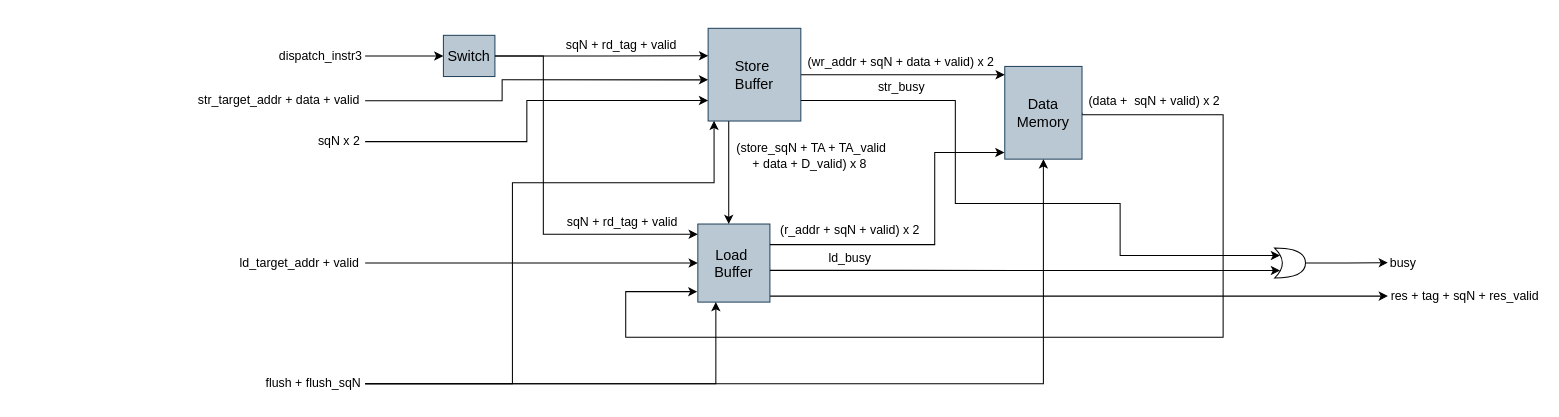
The draw.io diagram page "LSU" (4 of 6) of docs/OoO_SS.drawio in Muhammad-Furrukh/FYP, before the edit. Source tidied: cells renumbered, new cells numbered last; positions are measured from the earlier drawing's top-left corner, leaving out a move shared by most shapes. Both pictures are drawn from the tidied source at 103%, with x=0, y=0 at pixel (193, 28).
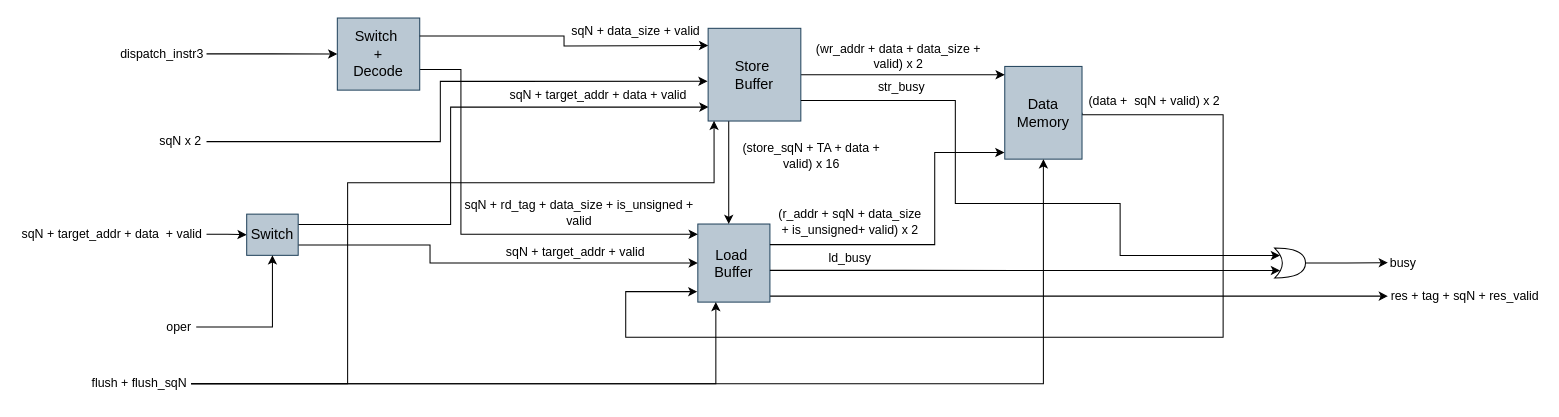
Above is the later version.

The change refers to these unchanged cells:
```xml
<mxCell id="8" value="&lt;span style=&quot;font-size: 14px;&quot;&gt;Load&amp;nbsp; Buffer&lt;/span&gt;" style="rounded=0;whiteSpace=wrap;html=1;fillColor=#bac8d3;strokeColor=#23445d;" parent="1" vertex="1">
  <mxGeometry x="490" y="190" width="70" height="75.8" as="geometry" />
</mxCell>
<mxCell id="13" value="&lt;span style=&quot;font-size: 14px;&quot;&gt;Store&amp;nbsp;&lt;/span&gt;&lt;div&gt;&lt;span style=&quot;font-size: 14px;&quot;&gt;Buffer&lt;/span&gt;&lt;/div&gt;" style="rounded=0;whiteSpace=wrap;html=1;fillColor=#bac8d3;strokeColor=#23445d;" parent="1" vertex="1">
  <mxGeometry x="500" width="90" height="90" as="geometry" />
</mxCell>
```

The edit, as a diff of the source:
```diff
@@
-    <mxCell id="2" style="edgeStyle=orthogonalEdgeStyle;rounded=0;jettySize=auto;html=1;entryX=0;entryY=0.5;entryDx=0;entryDy=0;exitX=1;exitY=0.5;exitDx=0;exitDy=0;" parent="1" edge="1" source="19" target="8">
-      <mxGeometry relative="1" as="geometry" />
+    <mxCell id="2" style="edgeStyle=orthogonalEdgeStyle;rounded=0;jettySize=auto;html=1;entryX=0;entryY=0.5;entryDx=0;entryDy=0;exitX=1;exitY=0.75;exitDx=0;exitDy=0;" parent="1" edge="1" source="41" target="8">
+      <mxGeometry relative="1" as="geometry">
+        <Array as="points">
+          <mxPoint x="230" y="210" />
+          <mxPoint x="230" y="228" />
+        </Array>
+      </mxGeometry>
     </mxCell>
-    <mxCell id="3" style="edgeStyle=orthogonalEdgeStyle;rounded=0;jettySize=auto;html=1;entryX=0;entryY=0.556;entryDx=0;entryDy=0;entryPerimeter=0;exitX=1;exitY=0.5;exitDx=0;exitDy=0;" parent="1" edge="1" source="20" target="13">
+    <mxCell id="3" style="edgeStyle=orthogonalEdgeStyle;rounded=0;jettySize=auto;html=1;entryX=0.004;entryY=0.85;entryDx=0;entryDy=0;entryPerimeter=0;exitX=1;exitY=0.25;exitDx=0;exitDy=0;" parent="1" edge="1" source="41" target="13">
       <mxGeometry relative="1" as="geometry">
         <Array as="points">
-          <mxPoint x="300" y="70" />
-          <mxPoint x="300" y="50" />
+          <mxPoint x="250" y="190" />
+          <mxPoint x="250" y="76" />
+          <mxPoint x="500" y="76" />
         </Array>
       </mxGeometry>
     </mxCell>
@@
-    <mxCell id="6" value="(r_addr + sqN + valid) x 2" style="text;html=1;align=center;verticalAlign=middle;whiteSpace=wrap;rounded=0;" parent="1" vertex="1">
-      <mxGeometry x="566" y="185.1" width="144" height="21.3" as="geometry" />
+    <mxCell id="6" value="(r_addr + sqN + data_size + is_unsigned+ valid) x 2" style="text;html=1;align=center;verticalAlign=middle;whiteSpace=wrap;rounded=0;" parent="1" vertex="1">
+      <mxGeometry x="563" y="170" width="150" height="36.4" as="geometry" />
     </mxCell>
@@
-    <mxCell id="9" value="sqN + rd_tag + valid" style="text;html=1;align=center;verticalAlign=middle;whiteSpace=wrap;rounded=0;" parent="1" vertex="1">
-      <mxGeometry x="358" y="9.8" width="116" height="13.8" as="geometry" />
+    <mxCell id="9" value="sqN + data_size + valid" style="text;html=1;align=center;verticalAlign=middle;whiteSpace=wrap;rounded=0;" parent="1" vertex="1">
+      <mxGeometry x="360" y="-3.8" width="140" height="13.8" as="geometry" />
     </mxCell>
     <mxCell id="10" value="sqN x 2" style="text;html=1;align=center;verticalAlign=middle;whiteSpace=wrap;rounded=0;rotation=0;" parent="1" vertex="1">
-      <mxGeometry x="117" y="100" width="50" height="20" as="geometry" />
+      <mxGeometry x="-37" y="100" width="50" height="20" as="geometry" />
     </mxCell>
@@
     <mxCell id="14" style="edgeStyle=orthogonalEdgeStyle;rounded=0;jettySize=auto;html=1;" parent="1" edge="1" source="15">
       <mxGeometry relative="1" as="geometry">
         <mxPoint x="490" y="200" as="targetPoint" />
         <Array as="points">
-          <mxPoint x="340" y="27" />
-          <mxPoint x="340" y="200" />
-          <mxPoint x="490" y="200" />
+          <mxPoint x="260" y="40" />
+          <mxPoint x="260" y="200" />
         </Array>
       </mxGeometry>
     </mxCell>
-    <mxCell id="15" value="&lt;span style=&quot;font-size: 14px;&quot;&gt;Switch&lt;/span&gt;" style="rounded=0;whiteSpace=wrap;html=1;fillColor=#bac8d3;strokeColor=#23445d;" parent="1" vertex="1">
-      <mxGeometry x="243" y="6.8" width="50" height="40" as="geometry" />
+    <mxCell id="15" value="&lt;span style=&quot;font-size: 14px;&quot;&gt;Switch&amp;nbsp;&lt;/span&gt;&lt;div&gt;&lt;span style=&quot;font-size: 14px;&quot;&gt;+&lt;/span&gt;&lt;div&gt;&lt;span style=&quot;font-size: 14px;&quot;&gt;Decode&lt;/span&gt;&lt;/div&gt;&lt;/div&gt;" style="rounded=0;whiteSpace=wrap;html=1;fillColor=#bac8d3;strokeColor=#23445d;" parent="1" vertex="1">
+      <mxGeometry x="140" y="-10" width="80" height="70" as="geometry" />
     </mxCell>
@@
     <mxCell id="17" value="dispatch_instr3" style="text;html=1;align=center;verticalAlign=middle;whiteSpace=wrap;rounded=0;" parent="1" vertex="1">
-      <mxGeometry x="81" y="17.8" width="86" height="18" as="geometry" />
+      <mxGeometry x="-73" y="15.8" width="86" height="18" as="geometry" />
     </mxCell>
-    <mxCell id="18" style="edgeStyle=orthogonalEdgeStyle;rounded=0;jettySize=auto;html=1;entryX=0.001;entryY=0.296;entryDx=0;entryDy=0;entryPerimeter=0;" parent="1" edge="1" source="15" target="13">
-      <mxGeometry relative="1" as="geometry" />
+    <mxCell id="18" style="edgeStyle=orthogonalEdgeStyle;rounded=0;jettySize=auto;html=1;entryX=0.001;entryY=0.296;entryDx=0;entryDy=0;entryPerimeter=0;exitX=1;exitY=0.25;exitDx=0;exitDy=0;" parent="1" edge="1" source="15">
+      <mxGeometry relative="1" as="geometry">
+        <mxPoint x="500.1" y="16.6" as="targetPoint" />
+      </mxGeometry>
     </mxCell>
-    <mxCell id="19" value="ld_target_addr + valid" style="text;html=1;align=center;verticalAlign=middle;whiteSpace=wrap;rounded=0;" parent="1" vertex="1">
-      <mxGeometry x="40" y="217.9" width="127" height="20" as="geometry" />
-    </mxCell>
-    <mxCell id="20" value="str_target_addr + data + valid" style="text;html=1;align=center;verticalAlign=middle;whiteSpace=wrap;rounded=0;" parent="1" vertex="1">
-      <mxGeometry y="61.9" width="167" height="17" as="geometry" />
-    </mxCell>
-    <mxCell id="21" value="(store_sqN + TA + TA_valid + data + D_valid) x 8&amp;nbsp;" style="text;html=1;align=center;verticalAlign=middle;whiteSpace=wrap;rounded=0;" parent="1" vertex="1">
+    <mxCell id="21" value="(store_sqN + TA + data + valid) x 16" style="text;html=1;align=center;verticalAlign=middle;whiteSpace=wrap;rounded=0;" parent="1" vertex="1">
       <mxGeometry x="523" y="109.1" width="155" height="30" as="geometry" />
     </mxCell>
-    <mxCell id="22" value="(wr_addr + sqN + data + valid) x 2" style="text;html=1;align=center;verticalAlign=middle;whiteSpace=wrap;rounded=0;" parent="1" vertex="1">
-      <mxGeometry x="595" y="23" width="185" height="20.2" as="geometry" />
+    <mxCell id="22" value="(wr_addr + data + data_size + valid) x 2" style="text;html=1;align=center;verticalAlign=middle;whiteSpace=wrap;rounded=0;" parent="1" vertex="1">
+      <mxGeometry x="590" y="10" width="190" height="33.2" as="geometry" />
     </mxCell>
@@
-    <mxCell id="25" value="sqN + rd_tag + valid" style="text;html=1;align=center;verticalAlign=middle;whiteSpace=wrap;rounded=0;" parent="1" vertex="1">
-      <mxGeometry x="359" y="181.3" width="116" height="13.8" as="geometry" />
+    <mxCell id="25" value="sqN + rd_tag + data_size + is_unsigned + valid" style="text;html=1;align=center;verticalAlign=middle;whiteSpace=wrap;rounded=0;" parent="1" vertex="1">
+      <mxGeometry x="260" y="161" width="230" height="35.1" as="geometry" />
     </mxCell>
-    <mxCell id="26" style="edgeStyle=orthogonalEdgeStyle;rounded=0;jettySize=auto;html=1;" parent="1" edge="1" source="10">
+    <mxCell id="26" style="edgeStyle=orthogonalEdgeStyle;rounded=0;jettySize=auto;html=1;entryX=-0.006;entryY=0.572;entryDx=0;entryDy=0;entryPerimeter=0;" parent="1" edge="1" source="10" target="13">
       <mxGeometry relative="1" as="geometry">
-        <mxPoint x="500" y="70" as="targetPoint" />
         <Array as="points">
-          <mxPoint x="324" y="110" />
-          <mxPoint x="324" y="70" />
-          <mxPoint x="500" y="70" />
+          <mxPoint x="240" y="110" />
+          <mxPoint x="240" y="51" />
+          <mxPoint x="500" y="51" />
         </Array>
       </mxGeometry>
     </mxCell>
@@
     <mxCell id="30" value="flush + flush_sqN" style="text;html=1;align=center;verticalAlign=middle;whiteSpace=wrap;rounded=0;" parent="1" vertex="1">
-      <mxGeometry x="67" y="330" width="100" height="30" as="geometry" />
+      <mxGeometry x="-102" y="330" width="100" height="30" as="geometry" />
     </mxCell>
     <mxCell id="31" style="edgeStyle=orthogonalEdgeStyle;rounded=0;jettySize=auto;html=1;entryX=0.064;entryY=0.998;entryDx=0;entryDy=0;entryPerimeter=0;" parent="1" edge="1" source="30" target="13">
       <mxGeometry relative="1" as="geometry">
         <Array as="points">
-          <mxPoint x="310" y="345" />
-          <mxPoint x="310" y="150" />
+          <mxPoint x="150" y="345" />
+          <mxPoint x="150" y="150" />
           <mxPoint x="506" y="150" />
         </Array>
       </mxGeometry>
     </mxCell>
@@
+    <mxCell id="39" style="edgeStyle=orthogonalEdgeStyle;rounded=0;jettySize=auto;html=1;entryX=0;entryY=0.5;entryDx=0;entryDy=0;" parent="1" edge="1" source="40" target="41">
+      <mxGeometry relative="1" as="geometry" />
+    </mxCell>
+    <mxCell id="40" value="sqN + target_addr + data&amp;nbsp; + valid" style="text;html=1;align=center;verticalAlign=middle;whiteSpace=wrap;rounded=0;" parent="1" vertex="1">
+      <mxGeometry x="-170" y="190" width="183" height="20" as="geometry" />
+    </mxCell>
+    <mxCell id="41" value="&lt;span style=&quot;font-size: 14px;&quot;&gt;Switch&lt;/span&gt;" style="rounded=0;whiteSpace=wrap;html=1;fillColor=#bac8d3;strokeColor=#23445d;" parent="1" vertex="1">
+      <mxGeometry x="52" y="180.4" width="50" height="40" as="geometry" />
+    </mxCell>
+    <mxCell id="42" style="edgeStyle=orthogonalEdgeStyle;rounded=0;jettySize=auto;html=1;entryX=0.5;entryY=1;entryDx=0;entryDy=0;" parent="1" edge="1" source="43" target="41">
+      <mxGeometry relative="1" as="geometry" />
+    </mxCell>
+    <mxCell id="43" value="oper" style="text;html=1;align=center;verticalAlign=middle;whiteSpace=wrap;rounded=0;" parent="1" vertex="1">
+      <mxGeometry x="-30" y="274.9" width="33" height="30" as="geometry" />
+    </mxCell>
+    <mxCell id="44" value="sqN + target_addr + valid" style="text;html=1;align=center;verticalAlign=middle;whiteSpace=wrap;rounded=0;" parent="1" vertex="1">
+      <mxGeometry x="300" y="210" width="143" height="16.7" as="geometry" />
+    </mxCell>
+    <mxCell id="45" value="sqN + target_addr + data + valid" style="text;html=1;align=center;verticalAlign=middle;whiteSpace=wrap;rounded=0;" parent="1" vertex="1">
+      <mxGeometry x="300" y="60" width="187" height="10" as="geometry" />
+    </mxCell>
```
